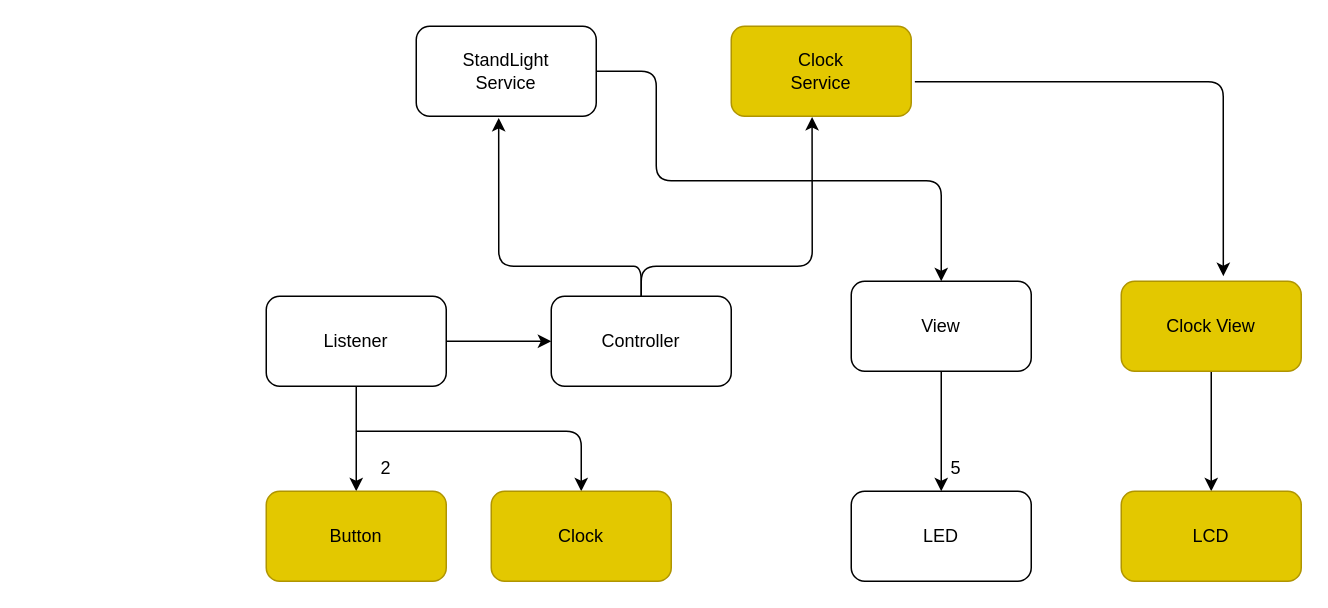
Earlier version of the draw.io diagram src/sw_design/sw_design.drawio (yeodowon/StandLight_Clock). Source tidied: cells renumbered, new cells numbered last; positions are measured from the earlier drawing's top-left corner, leaving out a move shared by most shapes. Both pictures are drawn from the tidied source at 150%, with x=0, y=0 at pixel (266, 26).
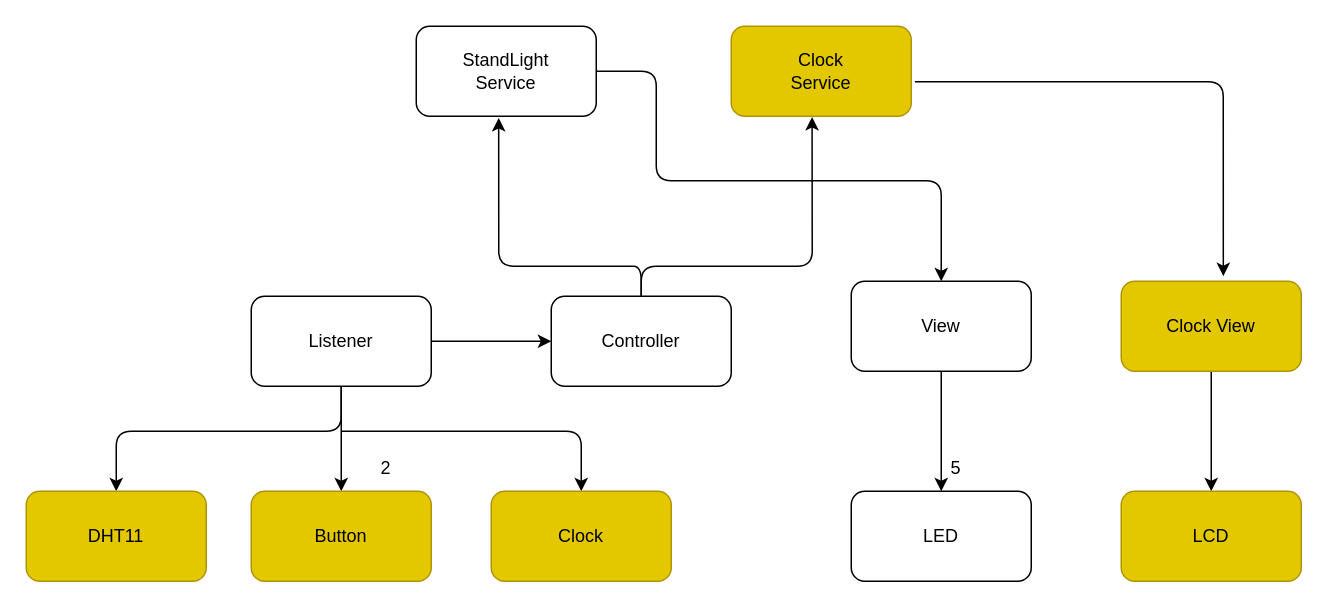
After the change.

The change refers to these unchanged cells:
```xml
<mxCell id="22" value="Clock" style="rounded=1;whiteSpace=wrap;html=1;fillColor=#e3c800;fontColor=#000000;strokeColor=#B09500;" parent="1" vertex="1">
  <mxGeometry x="150" y="310" width="120" height="60" as="geometry" />
</mxCell>
```

The edit, as a diff of the source:
```diff
@@
     <mxCell id="9" style="edgeStyle=none;html=1;" parent="1" edge="1" source="11" target="12">
       <mxGeometry relative="1" as="geometry">
         <Array as="points">
-          <mxPoint x="60" y="280" />
+          <mxPoint x="50" y="280" />
         </Array>
       </mxGeometry>
     </mxCell>
     <mxCell id="10" style="edgeStyle=none;html=1;entryX=0.5;entryY=0;entryDx=0;entryDy=0;" parent="1" edge="1" target="22">
       <mxGeometry relative="1" as="geometry">
-        <mxPoint x="60" y="270" as="sourcePoint" />
+        <mxPoint x="50" y="270" as="sourcePoint" />
         <Array as="points">
           <mxPoint x="210" y="270" />
         </Array>
       </mxGeometry>
     </mxCell>
+    <mxCell id="23" style="edgeStyle=orthogonalEdgeStyle;html=1;entryX=0.5;entryY=0;entryDx=0;entryDy=0;" parent="1" edge="1" source="11" target="24">
+      <mxGeometry relative="1" as="geometry">
+        <Array as="points">
+          <mxPoint x="50" y="270" />
+          <mxPoint x="-100" y="270" />
+        </Array>
+      </mxGeometry>
+    </mxCell>
     <mxCell id="11" value="Listener" style="rounded=1;whiteSpace=wrap;html=1;" parent="1" vertex="1">
-      <mxGeometry y="180" width="120" height="60" as="geometry" />
+      <mxGeometry x="-10" y="180" width="120" height="60" as="geometry" />
     </mxCell>
     <mxCell id="12" value="Button" style="rounded=1;whiteSpace=wrap;html=1;fillColor=#e3c800;fontColor=#000000;strokeColor=#B09500;" parent="1" vertex="1">
-      <mxGeometry y="310" width="120" height="60" as="geometry" />
+      <mxGeometry x="-10" y="310" width="120" height="60" as="geometry" />
     </mxCell>
@@
+    <mxCell id="24" value="DHT11" style="rounded=1;whiteSpace=wrap;html=1;fillColor=#e3c800;fontColor=#000000;strokeColor=#B09500;" parent="1" vertex="1">
+      <mxGeometry x="-160" y="310" width="120" height="60" as="geometry" />
+    </mxCell>
```
